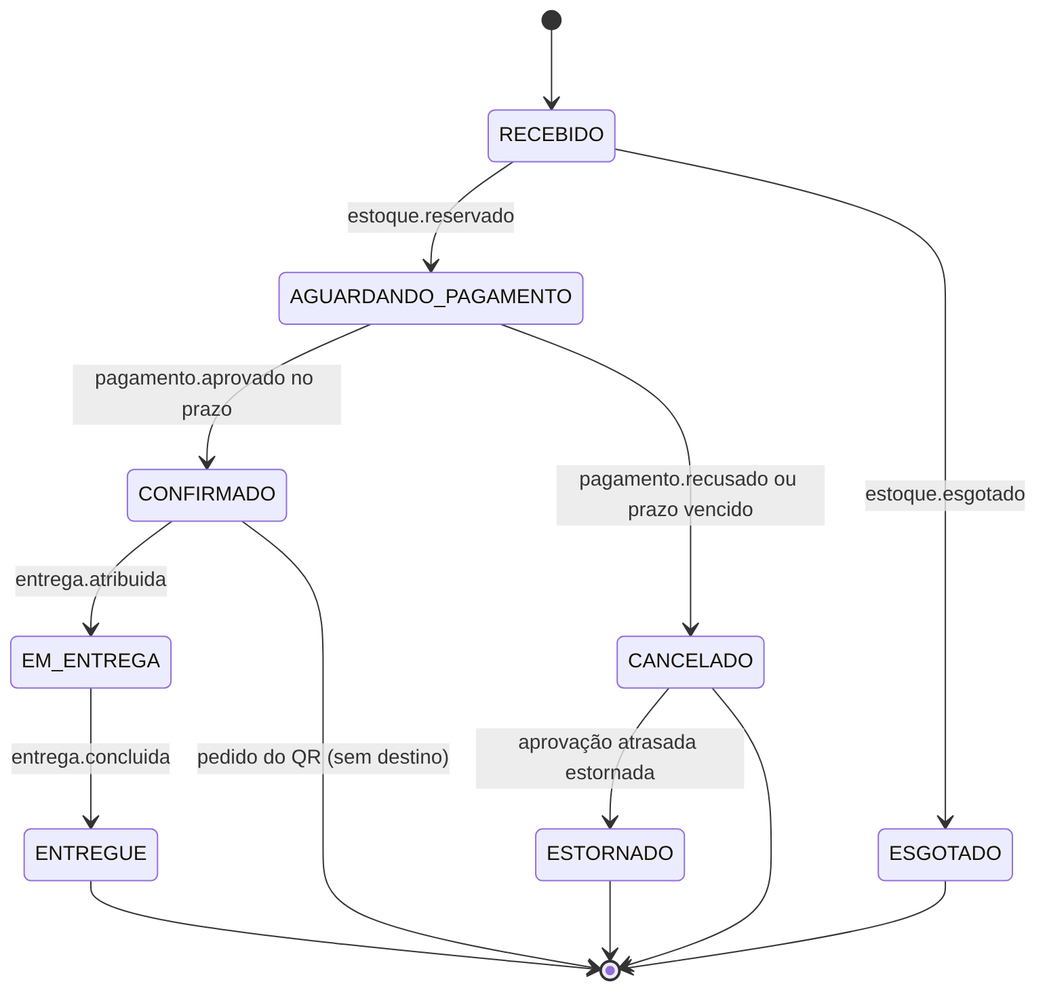
The Mermaid diagram docs/arquitetura/estados.png in yurirrabelo/5bitsdelivery, before a commit. Its source is kept beside it as docs/arquitetura/estados.mmd.
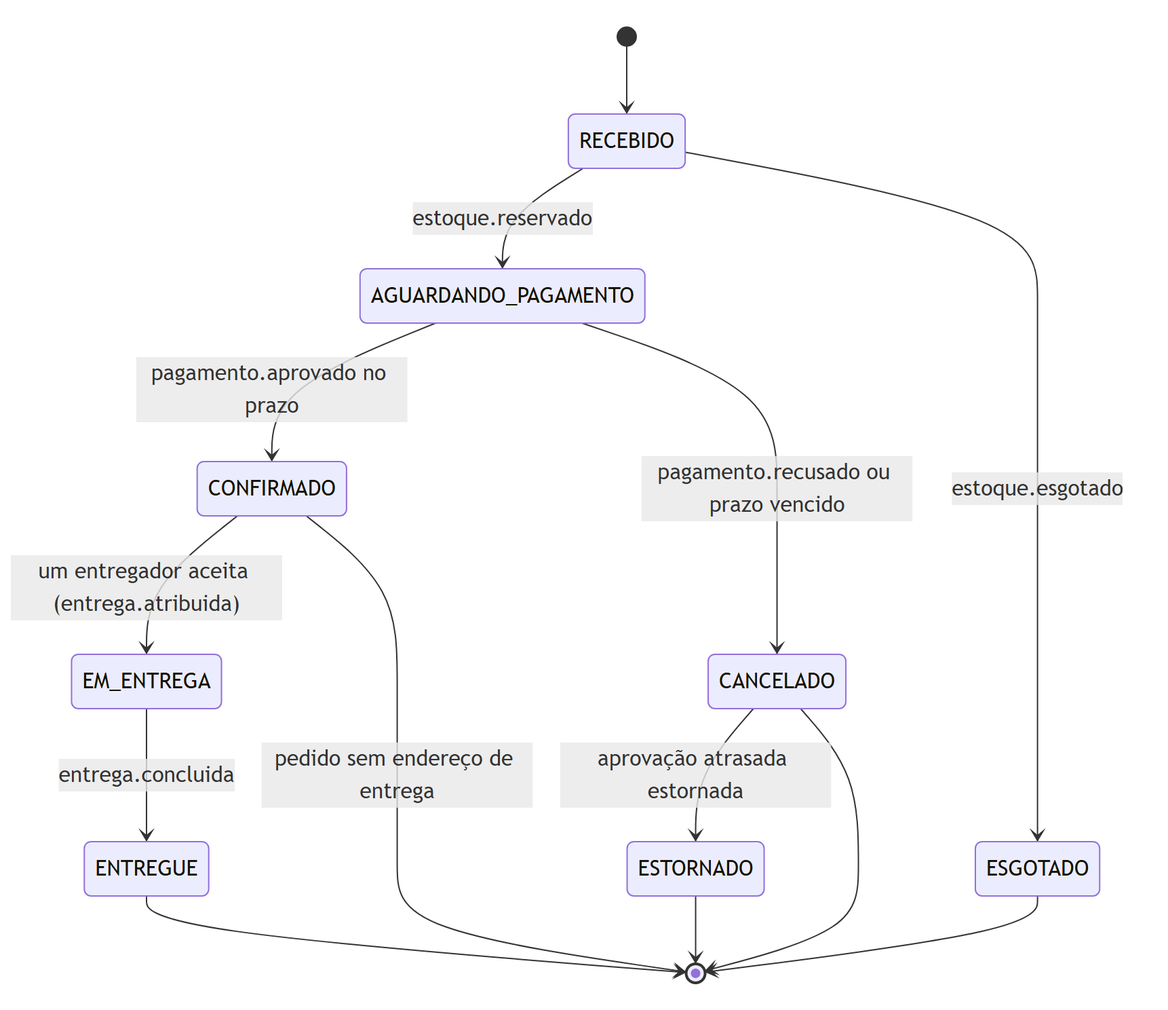
Later version of the same file.

What changed in the source:
```diff
@@ -5,9 +5,9 @@
     AGUARDANDO_PAGAMENTO --> CONFIRMADO: pagamento.aprovado no prazo
     AGUARDANDO_PAGAMENTO --> CANCELADO: pagamento.recusado ou prazo vencido
     CANCELADO --> ESTORNADO: aprovação atrasada estornada
-    CONFIRMADO --> EM_ENTREGA: entrega.atribuida
+    CONFIRMADO --> EM_ENTREGA: um entregador aceita (entrega.atribuida)
     EM_ENTREGA --> ENTREGUE: entrega.concluida
-    CONFIRMADO --> [*]: pedido do QR (sem destino)
+    CONFIRMADO --> [*]: pedido sem endereço de entrega
     ESGOTADO --> [*]
     CANCELADO --> [*]
     ESTORNADO --> [*]
```
